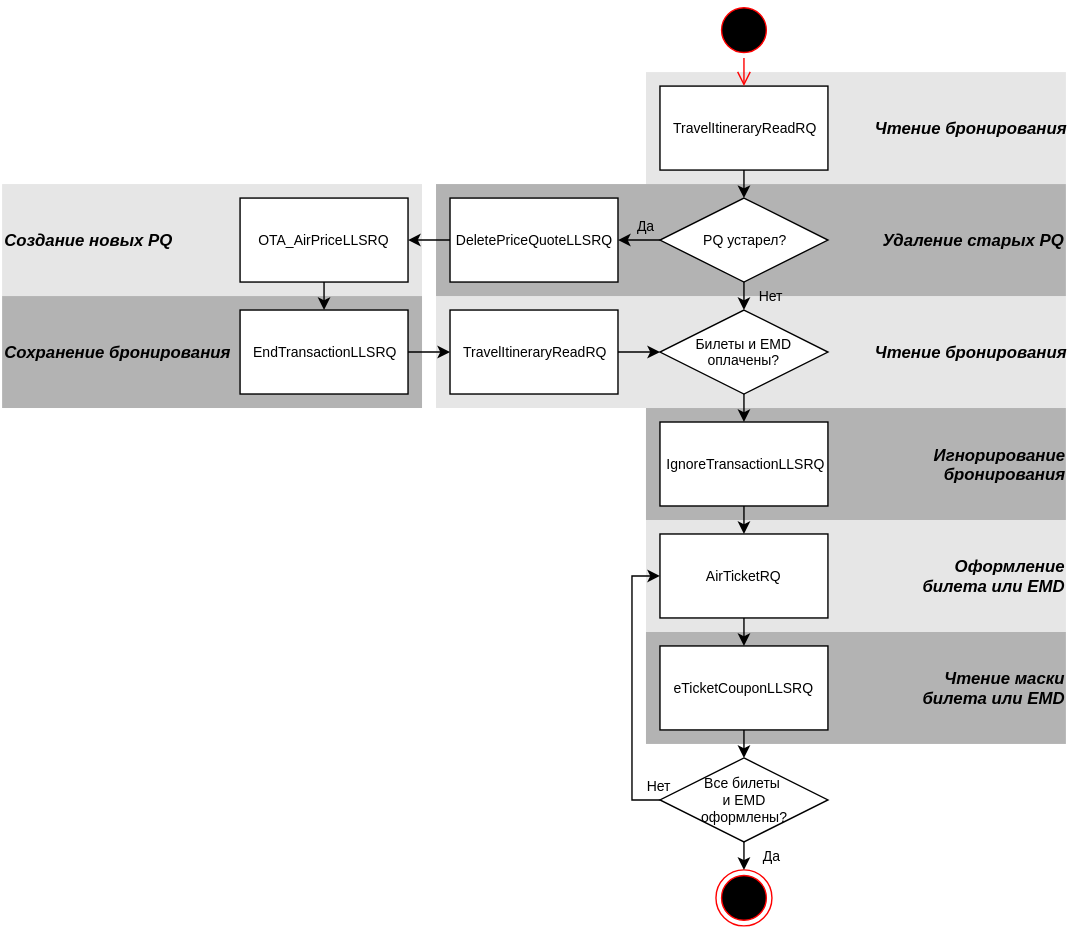
Before: assets/svg/New Issue Tickets/[RU]New Issue Tickets-0.svg, a diagram exported from draw.io (andreypolyak/sabre-apis-ru). Source tidied: cells renumbered, new cells last; positions are measured from the earlier drawing's top-left corner, leaving out a move shared by most shapes. The source it was exported from:
```xml
<mxGraphModel background="#ffffff">
  <root>
    <mxCell id="0" />
    <mxCell id="1" parent="0" />
    <mxCell id="2" value="&lt;div style=&quot;text-align: right&quot;&gt;&lt;span&gt;&lt;b&gt;&lt;i&gt;&lt;font style=&quot;font-size: 12px&quot;&gt;Чтение маски&lt;/font&gt;&lt;/i&gt;&lt;/b&gt;&lt;/span&gt;&lt;/div&gt;&lt;div style=&quot;text-align: right&quot;&gt;&lt;span&gt;&lt;b&gt;&lt;i&gt;&lt;font style=&quot;font-size: 12px&quot;&gt;билета или EMD&lt;/font&gt;&lt;/i&gt;&lt;/b&gt;&lt;/span&gt;&lt;br&gt;&lt;/div&gt;" style="whiteSpace=wrap;html=1;fillColor=#B3B3B3;fontSize=10;strokeColor=none;align=right;gradientColor=none;" parent="1" vertex="1">
      <mxGeometry x="460" y="450" width="300" height="80" as="geometry" />
    </mxCell>
    <mxCell id="3" value="&lt;div style=&quot;text-align: right&quot;&gt;&lt;span&gt;&lt;b&gt;&lt;i&gt;&lt;font style=&quot;font-size: 12px&quot;&gt;Оформление&lt;/font&gt;&lt;/i&gt;&lt;/b&gt;&lt;/span&gt;&lt;/div&gt;&lt;div style=&quot;text-align: right&quot;&gt;&lt;span&gt;&lt;b&gt;&lt;i&gt;&lt;font style=&quot;font-size: 12px&quot;&gt;билета или EMD&lt;/font&gt;&lt;/i&gt;&lt;/b&gt;&lt;/span&gt;&lt;br&gt;&lt;/div&gt;" style="whiteSpace=wrap;html=1;fillColor=#E6E6E6;fontSize=10;strokeColor=none;align=right;gradientColor=none;" parent="1" vertex="1">
      <mxGeometry x="460" y="370" width="300" height="80" as="geometry" />
    </mxCell>
    <mxCell id="4" value="&lt;div style=&quot;text-align: right&quot;&gt;&lt;span style=&quot;font-size: 12px&quot;&gt;&lt;b&gt;&lt;i&gt;Игнорирование&lt;/i&gt;&lt;/b&gt;&lt;/span&gt;&lt;/div&gt;&lt;div style=&quot;text-align: right&quot;&gt;&lt;span style=&quot;font-size: 12px&quot;&gt;&lt;b&gt;&lt;i&gt;бронирования&lt;/i&gt;&lt;/b&gt;&lt;/span&gt;&lt;/div&gt;" style="whiteSpace=wrap;html=1;fillColor=#B3B3B3;fontSize=10;strokeColor=none;align=right;gradientColor=none;" parent="1" vertex="1">
      <mxGeometry x="460" y="290" width="300" height="80" as="geometry" />
    </mxCell>
    <mxCell id="5" value="&lt;div style=&quot;text-align: right&quot;&gt;&lt;span&gt;&lt;b&gt;&lt;i&gt;&lt;font style=&quot;font-size: 12px&quot;&gt;Сохранение бронирования&lt;/font&gt;&lt;/i&gt;&lt;/b&gt;&lt;/span&gt;&lt;br&gt;&lt;/div&gt;" style="whiteSpace=wrap;html=1;fillColor=#B3B3B3;fontSize=10;strokeColor=none;align=left;gradientColor=none;" parent="1" vertex="1">
      <mxGeometry y="210" width="300" height="80" as="geometry" />
    </mxCell>
    <mxCell id="6" value="&lt;div style=&quot;text-align: right&quot;&gt;&lt;b&gt;&lt;i&gt;&lt;font style=&quot;font-size: 12px&quot;&gt;Чтение бронирования&lt;/font&gt;&lt;/i&gt;&lt;/b&gt;&lt;br&gt;&lt;/div&gt;" style="whiteSpace=wrap;html=1;fillColor=#E6E6E6;fontSize=10;strokeColor=none;align=right;gradientColor=none;" parent="1" vertex="1">
      <mxGeometry x="310" y="210" width="450" height="80" as="geometry" />
    </mxCell>
    <mxCell id="7" value="&lt;div style=&quot;text-align: right&quot;&gt;&lt;span&gt;&lt;b&gt;&lt;i&gt;&lt;font style=&quot;font-size: 12px&quot;&gt;Создание новых PQ&lt;/font&gt;&lt;/i&gt;&lt;/b&gt;&lt;/span&gt;&lt;br&gt;&lt;/div&gt;" style="whiteSpace=wrap;html=1;fillColor=#E6E6E6;fontSize=10;strokeColor=none;align=left;gradientColor=none;" parent="1" vertex="1">
      <mxGeometry y="130" width="300" height="80" as="geometry" />
    </mxCell>
    <mxCell id="8" value="&lt;div style=&quot;text-align: right&quot;&gt;&lt;b&gt;&lt;i&gt;&lt;font style=&quot;font-size: 12px&quot;&gt;Чтение бронирования&lt;/font&gt;&lt;/i&gt;&lt;/b&gt;&lt;br&gt;&lt;/div&gt;" style="whiteSpace=wrap;html=1;fillColor=#E6E6E6;fontSize=10;strokeColor=none;align=right;gradientColor=none;" parent="1" vertex="1">
      <mxGeometry x="460" y="50" width="300" height="80" as="geometry" />
    </mxCell>
    <mxCell id="9" value="&lt;div style=&quot;text-align: right&quot;&gt;&lt;span&gt;&lt;b&gt;&lt;i&gt;&lt;font style=&quot;font-size: 12px&quot;&gt;Удаление старых PQ&lt;/font&gt;&lt;/i&gt;&lt;/b&gt;&lt;/span&gt;&lt;br&gt;&lt;/div&gt;" style="whiteSpace=wrap;html=1;fillColor=#B3B3B3;fontSize=10;strokeColor=none;align=right;gradientColor=none;" parent="1" vertex="1">
      <mxGeometry x="310" y="130" width="450" height="80" as="geometry" />
    </mxCell>
    <mxCell id="10" style="edgeStyle=orthogonalEdgeStyle;rounded=0;html=1;exitX=0.5;exitY=1;entryX=0.5;entryY=0;jettySize=auto;" parent="1" edge="1" source="11" target="29">
      <mxGeometry x="380" y="1390" as="geometry" />
    </mxCell>
    <mxCell id="11" value="TravelItineraryReadRQ" style="whiteSpace=wrap;html=1;rounded=0;fontSize=10;" parent="1" vertex="1">
      <mxGeometry x="470" y="60" width="120" height="60" as="geometry" />
    </mxCell>
    <mxCell id="12" style="edgeStyle=orthogonalEdgeStyle;rounded=0;html=1;exitX=0;exitY=0.5;entryX=1;entryY=0.5;jettySize=auto;fontSize=10;" parent="1" edge="1" source="13" target="15">
      <mxGeometry x="135" y="1440" as="geometry" />
    </mxCell>
    <mxCell id="13" value="DeletePriceQuoteLLSRQ" style="whiteSpace=wrap;html=1;rounded=0;fontSize=10;" parent="1" vertex="1">
      <mxGeometry x="320" y="140" width="120" height="60" as="geometry" />
    </mxCell>
    <mxCell id="14" style="edgeStyle=orthogonalEdgeStyle;rounded=0;html=1;exitX=0.5;exitY=1;entryX=0.5;entryY=0;jettySize=auto;" parent="1" edge="1" source="15" target="31">
      <mxGeometry x="75" y="1470" as="geometry" />
    </mxCell>
    <mxCell id="15" value="OTA_AirPriceLLSRQ" style="whiteSpace=wrap;html=1;rounded=0;fontSize=10;" parent="1" vertex="1">
      <mxGeometry x="170" y="140" width="120" height="60" as="geometry" />
    </mxCell>
    <mxCell id="16" style="edgeStyle=orthogonalEdgeStyle;rounded=0;html=1;exitX=0.5;exitY=1;entryX=0.5;entryY=0;jettySize=auto;fontSize=10;" parent="1" edge="1" source="17" target="19">
      <mxGeometry x="380" y="1630" as="geometry" />
    </mxCell>
    <mxCell id="17" value="IgnoreTransactionLLSRQ" style="whiteSpace=wrap;html=1;rounded=0;fontSize=10;" parent="1" vertex="1">
      <mxGeometry x="470" y="300" width="120" height="60" as="geometry" />
    </mxCell>
    <mxCell id="18" style="edgeStyle=orthogonalEdgeStyle;rounded=0;html=1;exitX=0.5;exitY=1;entryX=0.5;entryY=0;jettySize=auto;fontSize=10;" parent="1" edge="1" source="19">
      <mxGeometry x="380" y="1710" as="geometry">
        <mxPoint x="530" y="460" as="targetPoint" />
      </mxGeometry>
    </mxCell>
    <mxCell id="19" value="AirTicketRQ" style="whiteSpace=wrap;html=1;rounded=0;fontSize=10;" parent="1" vertex="1">
      <mxGeometry x="470" y="380" width="120" height="60" as="geometry" />
    </mxCell>
    <mxCell id="20" style="edgeStyle=orthogonalEdgeStyle;rounded=0;html=1;exitX=0.5;exitY=1;entryX=0.5;entryY=0;jettySize=auto;" parent="1" edge="1" source="21">
      <mxGeometry x="380" y="1790" as="geometry">
        <mxPoint x="530" y="540" as="targetPoint" />
      </mxGeometry>
    </mxCell>
    <mxCell id="21" value="eTicketCouponLLSRQ" style="whiteSpace=wrap;html=1;rounded=0;fontSize=10;" parent="1" vertex="1">
      <mxGeometry x="470" y="460" width="120" height="60" as="geometry" />
    </mxCell>
    <mxCell id="22" style="edgeStyle=orthogonalEdgeStyle;rounded=0;html=1;exitX=0.5;exitY=1;entryX=0.5;entryY=0;jettySize=auto;fontSize=10;" parent="1" edge="1" source="23" target="17">
      <mxGeometry x="380" y="1550" as="geometry" />
    </mxCell>
    <mxCell id="23" value="Билеты и EMD оплачены?" style="rhombus;whiteSpace=wrap;html=1;rounded=0;fontSize=10;" parent="1" vertex="1">
      <mxGeometry x="470" y="220" width="120" height="60" as="geometry" />
    </mxCell>
    <mxCell id="24" style="ellipse;html=1;shape=endState;fillColor=#000000;strokeColor=#ff0000;rounded=0;fontSize=10;align=center;" parent="1" vertex="1">
      <mxGeometry x="510" y="620" width="40" height="40" as="geometry" />
    </mxCell>
    <mxCell id="25" style="ellipse;html=1;shape=startState;fillColor=#000000;strokeColor=#ff0000;rounded=0;fontSize=10;align=center;" parent="1" vertex="1">
      <mxGeometry x="510" width="40" height="40" as="geometry" />
    </mxCell>
    <mxCell id="26" style="edgeStyle=orthogonalEdgeStyle;html=1;verticalAlign=bottom;endArrow=open;endSize=8;strokeColor=#ff0000;fontSize=10;" parent="1" edge="1" source="25">
      <mxGeometry x="380" y="1310" as="geometry">
        <mxPoint x="530" y="60" as="targetPoint" />
      </mxGeometry>
    </mxCell>
    <mxCell id="27" value="Нет" style="edgeStyle=orthogonalEdgeStyle;rounded=0;html=1;exitX=0.5;exitY=1;entryX=0.5;entryY=0;jettySize=auto;fontSize=10;labelBackgroundColor=none;" parent="1" edge="1" source="29" target="23">
      <mxGeometry as="geometry">
        <mxPoint x="20" as="offset" />
      </mxGeometry>
    </mxCell>
    <mxCell id="28" value="Да" style="edgeStyle=orthogonalEdgeStyle;rounded=0;html=1;exitX=0;exitY=0.5;entryX=1;entryY=0.5;jettySize=auto;fontSize=10;labelBackgroundColor=none;" parent="1" edge="1" source="29" target="13">
      <mxGeometry as="geometry">
        <mxPoint x="5" y="-10" as="offset" />
      </mxGeometry>
    </mxCell>
    <mxCell id="29" value="PQ устарел?" style="rhombus;whiteSpace=wrap;html=1;rounded=0;fontSize=10;" parent="1" vertex="1">
      <mxGeometry x="470" y="140" width="120" height="60" as="geometry" />
    </mxCell>
    <mxCell id="30" style="edgeStyle=orthogonalEdgeStyle;rounded=0;html=1;exitX=1;exitY=0.5;entryX=0;entryY=0.5;jettySize=auto;fontSize=10;" parent="1" edge="1" source="31" target="33">
      <mxGeometry x="135" y="1520" as="geometry" />
    </mxCell>
    <mxCell id="31" value="EndTransactionLLSRQ" style="whiteSpace=wrap;html=1;rounded=0;fontSize=10;" parent="1" vertex="1">
      <mxGeometry x="170" y="220" width="120" height="60" as="geometry" />
    </mxCell>
    <mxCell id="32" style="edgeStyle=orthogonalEdgeStyle;rounded=0;html=1;exitX=1;exitY=0.5;entryX=0;entryY=0.5;jettySize=auto;fontSize=10;" parent="1" edge="1" source="33" target="23">
      <mxGeometry x="290" y="1520" as="geometry" />
    </mxCell>
    <mxCell id="33" value="TravelItineraryReadRQ" style="whiteSpace=wrap;html=1;rounded=0;fontSize=10;" parent="1" vertex="1">
      <mxGeometry x="320" y="220" width="120" height="60" as="geometry" />
    </mxCell>
    <mxCell id="34" value="Нет" style="edgeStyle=orthogonalEdgeStyle;rounded=0;html=1;exitX=0;exitY=0.5;entryX=0;entryY=0.5;jettySize=auto;fontSize=10;" parent="1" edge="1" source="36" target="19">
      <mxGeometry as="geometry">
        <Array as="points">
          <mxPoint x="450" y="570" />
          <mxPoint x="450" y="410" />
        </Array>
        <mxPoint y="70" as="offset" />
      </mxGeometry>
    </mxCell>
    <mxCell id="35" value="Да" style="edgeStyle=orthogonalEdgeStyle;rounded=0;html=1;exitX=0.5;exitY=1;entryX=0.5;entryY=0;jettySize=auto;fontSize=10;" parent="1" edge="1" source="36" target="24">
      <mxGeometry y="-160" as="geometry">
        <mxPoint x="20" as="offset" />
      </mxGeometry>
    </mxCell>
    <mxCell id="36" value="Все билеты&amp;nbsp;&lt;div&gt;и EMD&lt;/div&gt;&lt;div&gt;оформлены?&lt;/div&gt;" style="rhombus;whiteSpace=wrap;html=1;rounded=0;fontSize=10;" parent="1" vertex="1">
      <mxGeometry x="470" y="540" width="120" height="60" as="geometry" />
    </mxCell>
  </root>
</mxGraphModel>
```
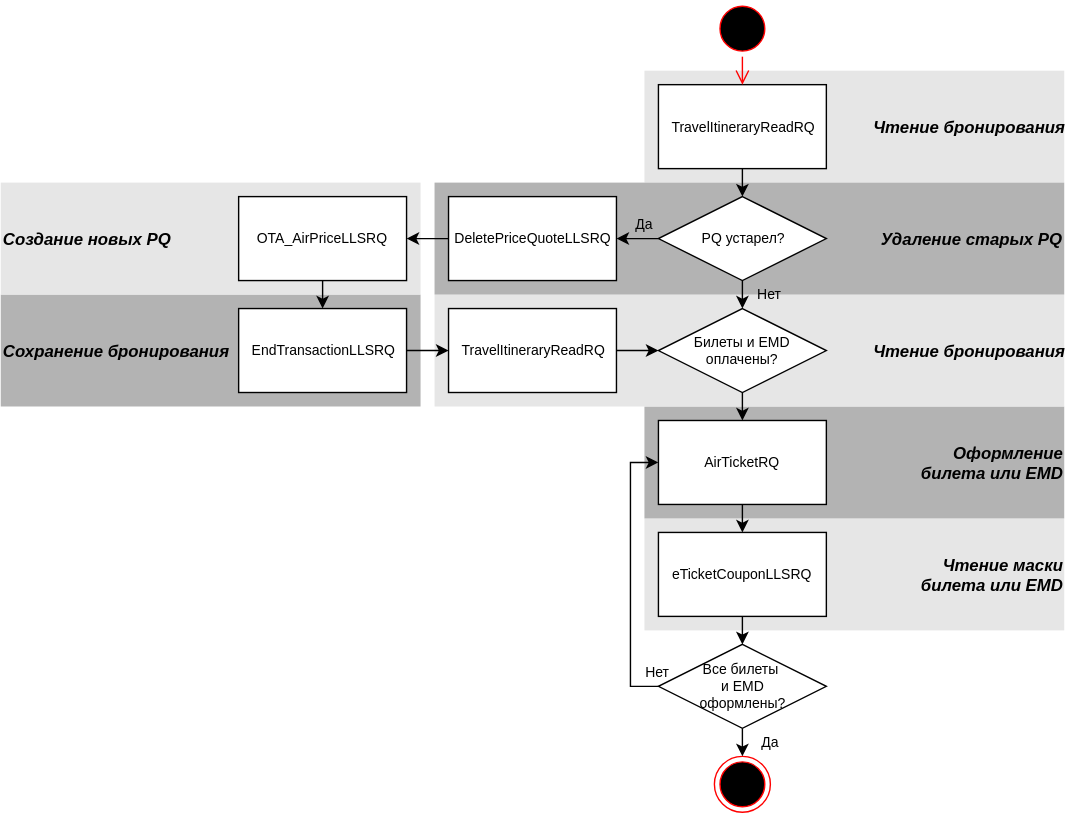
Later version of the same file.

Diff of the diagram source:
```diff
@@ -2,15 +2,12 @@
   <root>
     <mxCell id="0" />
     <mxCell id="1" parent="0" />
-    <mxCell id="2" value="&lt;div style=&quot;text-align: right&quot;&gt;&lt;span&gt;&lt;b&gt;&lt;i&gt;&lt;font style=&quot;font-size: 12px&quot;&gt;Чтение маски&lt;/font&gt;&lt;/i&gt;&lt;/b&gt;&lt;/span&gt;&lt;/div&gt;&lt;div style=&quot;text-align: right&quot;&gt;&lt;span&gt;&lt;b&gt;&lt;i&gt;&lt;font style=&quot;font-size: 12px&quot;&gt;билета или EMD&lt;/font&gt;&lt;/i&gt;&lt;/b&gt;&lt;/span&gt;&lt;br&gt;&lt;/div&gt;" style="whiteSpace=wrap;html=1;fillColor=#B3B3B3;fontSize=10;strokeColor=none;align=right;gradientColor=none;" parent="1" vertex="1">
-      <mxGeometry x="460" y="450" width="300" height="80" as="geometry" />
+    <mxCell id="2" value="&lt;div style=&quot;text-align: right&quot;&gt;&lt;span&gt;&lt;b&gt;&lt;i&gt;&lt;font style=&quot;font-size: 12px&quot;&gt;Чтение маски&lt;/font&gt;&lt;/i&gt;&lt;/b&gt;&lt;/span&gt;&lt;/div&gt;&lt;div style=&quot;text-align: right&quot;&gt;&lt;span&gt;&lt;b&gt;&lt;i&gt;&lt;font style=&quot;font-size: 12px&quot;&gt;билета или EMD&lt;/font&gt;&lt;/i&gt;&lt;/b&gt;&lt;/span&gt;&lt;br&gt;&lt;/div&gt;" style="whiteSpace=wrap;html=1;fillColor=#E6E6E6;fontSize=10;strokeColor=none;align=right;gradientColor=none;" parent="1" vertex="1">
+      <mxGeometry x="460" y="370" width="300" height="80" as="geometry" />
     </mxCell>
-    <mxCell id="3" value="&lt;div style=&quot;text-align: right&quot;&gt;&lt;span&gt;&lt;b&gt;&lt;i&gt;&lt;font style=&quot;font-size: 12px&quot;&gt;Оформление&lt;/font&gt;&lt;/i&gt;&lt;/b&gt;&lt;/span&gt;&lt;/div&gt;&lt;div style=&quot;text-align: right&quot;&gt;&lt;span&gt;&lt;b&gt;&lt;i&gt;&lt;font style=&quot;font-size: 12px&quot;&gt;билета или EMD&lt;/font&gt;&lt;/i&gt;&lt;/b&gt;&lt;/span&gt;&lt;br&gt;&lt;/div&gt;" style="whiteSpace=wrap;html=1;fillColor=#E6E6E6;fontSize=10;strokeColor=none;align=right;gradientColor=none;" parent="1" vertex="1">
-      <mxGeometry x="460" y="370" width="300" height="80" as="geometry" />
+    <mxCell id="3" value="&lt;div style=&quot;text-align: right&quot;&gt;&lt;span&gt;&lt;b&gt;&lt;i&gt;&lt;font style=&quot;font-size: 12px&quot;&gt;Оформление&lt;/font&gt;&lt;/i&gt;&lt;/b&gt;&lt;/span&gt;&lt;/div&gt;&lt;div style=&quot;text-align: right&quot;&gt;&lt;span&gt;&lt;b&gt;&lt;i&gt;&lt;font style=&quot;font-size: 12px&quot;&gt;билета или EMD&lt;/font&gt;&lt;/i&gt;&lt;/b&gt;&lt;/span&gt;&lt;br&gt;&lt;/div&gt;" style="whiteSpace=wrap;html=1;fillColor=#B3B3B3;fontSize=10;strokeColor=none;align=right;gradientColor=none;" parent="1" vertex="1">
+      <mxGeometry x="460" y="290" width="300" height="80" as="geometry" />
     </mxCell>
-    <mxCell id="4" value="&lt;div style=&quot;text-align: right&quot;&gt;&lt;span style=&quot;font-size: 12px&quot;&gt;&lt;b&gt;&lt;i&gt;Игнорирование&lt;/i&gt;&lt;/b&gt;&lt;/span&gt;&lt;/div&gt;&lt;div style=&quot;text-align: right&quot;&gt;&lt;span style=&quot;font-size: 12px&quot;&gt;&lt;b&gt;&lt;i&gt;бронирования&lt;/i&gt;&lt;/b&gt;&lt;/span&gt;&lt;/div&gt;" style="whiteSpace=wrap;html=1;fillColor=#B3B3B3;fontSize=10;strokeColor=none;align=right;gradientColor=none;" parent="1" vertex="1">
-      <mxGeometry x="460" y="290" width="300" height="80" as="geometry" />
-    </mxCell>
     <mxCell id="5" value="&lt;div style=&quot;text-align: right&quot;&gt;&lt;span&gt;&lt;b&gt;&lt;i&gt;&lt;font style=&quot;font-size: 12px&quot;&gt;Сохранение бронирования&lt;/font&gt;&lt;/i&gt;&lt;/b&gt;&lt;/span&gt;&lt;br&gt;&lt;/div&gt;" style="whiteSpace=wrap;html=1;fillColor=#B3B3B3;fontSize=10;strokeColor=none;align=left;gradientColor=none;" parent="1" vertex="1">
       <mxGeometry y="210" width="300" height="80" as="geometry" />
     </mxCell>
@@ -44,36 +41,32 @@
     <mxCell id="15" value="OTA_AirPriceLLSRQ" style="whiteSpace=wrap;html=1;rounded=0;fontSize=10;" parent="1" vertex="1">
       <mxGeometry x="170" y="140" width="120" height="60" as="geometry" />
     </mxCell>
-    <mxCell id="16" style="edgeStyle=orthogonalEdgeStyle;rounded=0;html=1;exitX=0.5;exitY=1;entryX=0.5;entryY=0;jettySize=auto;fontSize=10;" parent="1" edge="1" source="17" target="19">
-      <mxGeometry x="380" y="1630" as="geometry" />
-    </mxCell>
-    <mxCell id="17" value="IgnoreTransactionLLSRQ" style="whiteSpace=wrap;html=1;rounded=0;fontSize=10;" parent="1" vertex="1">
-      <mxGeometry x="470" y="300" width="120" height="60" as="geometry" />
-    </mxCell>
     <mxCell id="18" style="edgeStyle=orthogonalEdgeStyle;rounded=0;html=1;exitX=0.5;exitY=1;entryX=0.5;entryY=0;jettySize=auto;fontSize=10;" parent="1" edge="1" source="19">
-      <mxGeometry x="380" y="1710" as="geometry">
-        <mxPoint x="530" y="460" as="targetPoint" />
+      <mxGeometry x="380" y="1630" as="geometry">
+        <mxPoint x="530" y="380" as="targetPoint" />
       </mxGeometry>
     </mxCell>
     <mxCell id="19" value="AirTicketRQ" style="whiteSpace=wrap;html=1;rounded=0;fontSize=10;" parent="1" vertex="1">
-      <mxGeometry x="470" y="380" width="120" height="60" as="geometry" />
+      <mxGeometry x="470" y="300" width="120" height="60" as="geometry" />
     </mxCell>
     <mxCell id="20" style="edgeStyle=orthogonalEdgeStyle;rounded=0;html=1;exitX=0.5;exitY=1;entryX=0.5;entryY=0;jettySize=auto;" parent="1" edge="1" source="21">
-      <mxGeometry x="380" y="1790" as="geometry">
-        <mxPoint x="530" y="540" as="targetPoint" />
+      <mxGeometry x="380" y="1710" as="geometry">
+        <mxPoint x="530" y="460" as="targetPoint" />
       </mxGeometry>
     </mxCell>
     <mxCell id="21" value="eTicketCouponLLSRQ" style="whiteSpace=wrap;html=1;rounded=0;fontSize=10;" parent="1" vertex="1">
-      <mxGeometry x="470" y="460" width="120" height="60" as="geometry" />
+      <mxGeometry x="470" y="380" width="120" height="60" as="geometry" />
     </mxCell>
-    <mxCell id="22" style="edgeStyle=orthogonalEdgeStyle;rounded=0;html=1;exitX=0.5;exitY=1;entryX=0.5;entryY=0;jettySize=auto;fontSize=10;" parent="1" edge="1" source="23" target="17">
-      <mxGeometry x="380" y="1550" as="geometry" />
+    <mxCell id="22" style="edgeStyle=orthogonalEdgeStyle;rounded=0;html=1;exitX=0.5;exitY=1;entryX=0.5;entryY=0;jettySize=auto;fontSize=10;" parent="1" edge="1" source="23">
+      <mxGeometry x="380" y="1550" as="geometry">
+        <mxPoint x="530" y="300" as="targetPoint" />
+      </mxGeometry>
     </mxCell>
     <mxCell id="23" value="Билеты и EMD оплачены?" style="rhombus;whiteSpace=wrap;html=1;rounded=0;fontSize=10;" parent="1" vertex="1">
       <mxGeometry x="470" y="220" width="120" height="60" as="geometry" />
     </mxCell>
     <mxCell id="24" style="ellipse;html=1;shape=endState;fillColor=#000000;strokeColor=#ff0000;rounded=0;fontSize=10;align=center;" parent="1" vertex="1">
-      <mxGeometry x="510" y="620" width="40" height="40" as="geometry" />
+      <mxGeometry x="510" y="540" width="40" height="40" as="geometry" />
     </mxCell>
     <mxCell id="25" style="ellipse;html=1;shape=startState;fillColor=#000000;strokeColor=#ff0000;rounded=0;fontSize=10;align=center;" parent="1" vertex="1">
       <mxGeometry x="510" width="40" height="40" as="geometry" />
@@ -109,21 +102,21 @@
       <mxGeometry x="320" y="220" width="120" height="60" as="geometry" />
     </mxCell>
     <mxCell id="34" value="Нет" style="edgeStyle=orthogonalEdgeStyle;rounded=0;html=1;exitX=0;exitY=0.5;entryX=0;entryY=0.5;jettySize=auto;fontSize=10;" parent="1" edge="1" source="36" target="19">
-      <mxGeometry as="geometry">
+      <mxGeometry y="-80" as="geometry">
         <Array as="points">
-          <mxPoint x="450" y="570" />
-          <mxPoint x="450" y="410" />
+          <mxPoint x="450" y="490" />
+          <mxPoint x="450" y="330" />
         </Array>
         <mxPoint y="70" as="offset" />
       </mxGeometry>
     </mxCell>
     <mxCell id="35" value="Да" style="edgeStyle=orthogonalEdgeStyle;rounded=0;html=1;exitX=0.5;exitY=1;entryX=0.5;entryY=0;jettySize=auto;fontSize=10;" parent="1" edge="1" source="36" target="24">
-      <mxGeometry y="-160" as="geometry">
+      <mxGeometry y="-240" as="geometry">
         <mxPoint x="20" as="offset" />
       </mxGeometry>
     </mxCell>
     <mxCell id="36" value="Все билеты&amp;nbsp;&lt;div&gt;и EMD&lt;/div&gt;&lt;div&gt;оформлены?&lt;/div&gt;" style="rhombus;whiteSpace=wrap;html=1;rounded=0;fontSize=10;" parent="1" vertex="1">
-      <mxGeometry x="470" y="540" width="120" height="60" as="geometry" />
+      <mxGeometry x="470" y="460" width="120" height="60" as="geometry" />
     </mxCell>
   </root>
 </mxGraphModel>
```
